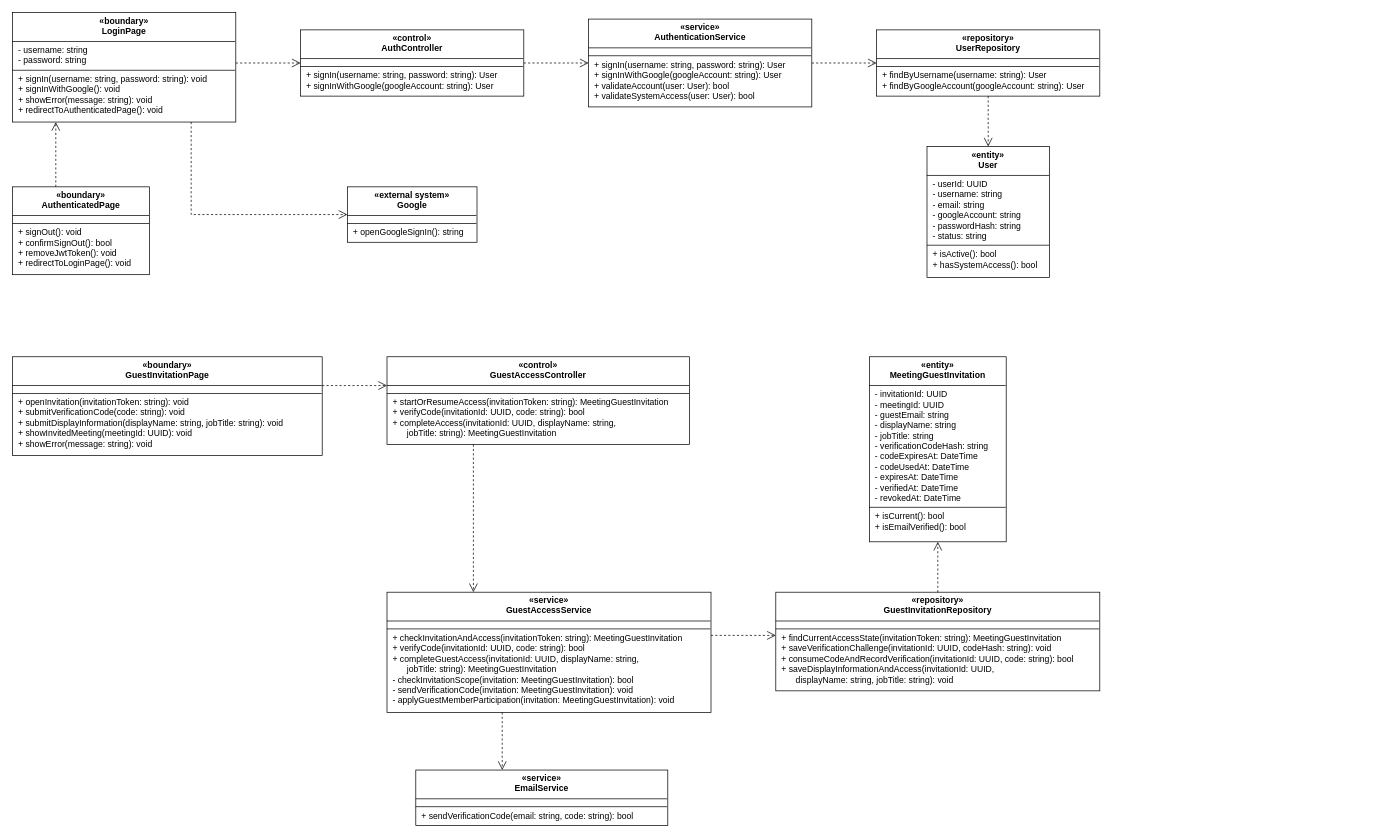
The draw.io diagram docs/07-classdiagram/feature-01-auth-class-diagram.drawio in callmehai/FU-FA26-G116, before the edit. Source tidied: cells renumbered, new cells numbered last; positions are measured from the earlier drawing's top-left corner, leaving out a move shared by most shapes. Both pictures are drawn from the tidied source at 72%, with x=0, y=0 at pixel (12, 12).
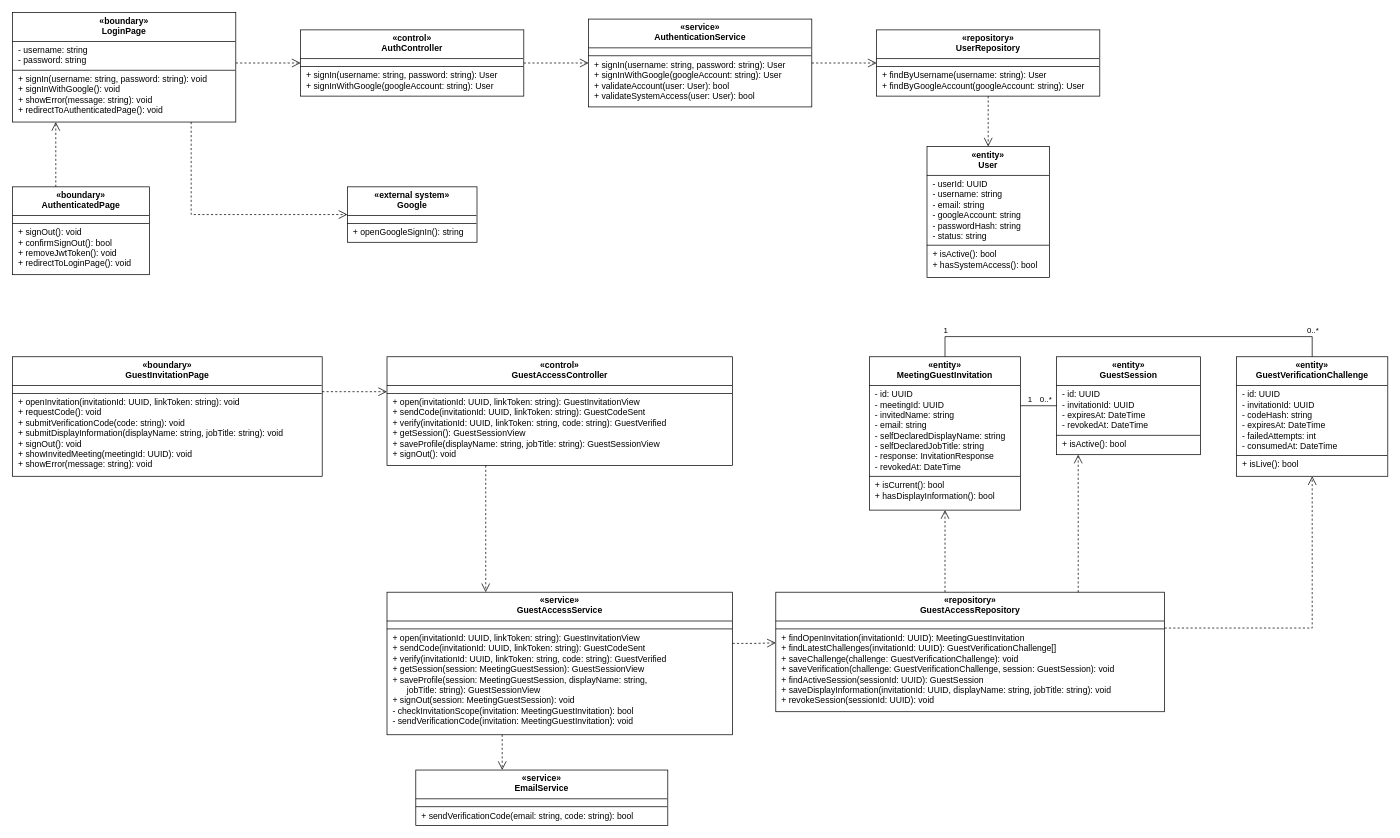
The same diagram, later.

The change refers to these unchanged cells:
```xml
<mxCell id="13" value="&lt;div style=&quot;text-align:center;font-weight:bold;padding:5px 4px 4px 4px;height:31px;&quot;&gt;«service»&lt;br&gt;EmailService&lt;/div&gt;&lt;hr style=&quot;margin:0;border:none;border-top:1px solid #000000;height:0;&quot;&gt;&lt;div style=&quot;text-align:left;padding:5px 8px 5px 8px;white-space:nowrap;&quot;&gt;&lt;/div&gt;&lt;hr style=&quot;margin:0;border:none;border-top:1px solid #000000;height:0;&quot;&gt;&lt;div style=&quot;text-align:left;padding:5px 8px 5px 8px;white-space:nowrap;&quot;&gt;+ sendVerificationCode(email: string, code: string): bool&lt;/div&gt;" style="rounded=0;whiteSpace=wrap;html=1;align=left;verticalAlign=top;spacing=0;overflow=fill;fillColor=#ffffff;strokeColor=#000000;fontSize=12;fontFamily=Helvetica;fontColor=#000000;" parent="1" vertex="1">
  <mxGeometry x="560" y="1052" width="350" height="77" as="geometry" />
</mxCell>
```

Diff of the diagram source:
```diff
@@
-    <mxCell id="9" value="&lt;div style=&quot;text-align:center;font-weight:bold;padding:5px 4px 4px 4px;height:31px;&quot;&gt;«boundary»&lt;br&gt;GuestInvitationPage&lt;/div&gt;&lt;hr style=&quot;margin:0;border:none;border-top:1px solid #000000;height:0;&quot;&gt;&lt;div style=&quot;text-align:left;padding:5px 8px 5px 8px;white-space:nowrap;&quot;&gt;&lt;/div&gt;&lt;hr style=&quot;margin:0;border:none;border-top:1px solid #000000;height:0;&quot;&gt;&lt;div style=&quot;text-align:left;padding:5px 8px 5px 8px;white-space:nowrap;&quot;&gt;+ openInvitation(invitationToken: string): void&lt;br&gt;+ submitVerificationCode(code: string): void&lt;br&gt;+ submitDisplayInformation(displayName: string, jobTitle: string): void&lt;br&gt;+ showInvitedMeeting(meetingId: UUID): void&lt;br&gt;+ showError(message: string): void&lt;/div&gt;" style="rounded=0;whiteSpace=wrap;html=1;align=left;verticalAlign=top;spacing=0;overflow=fill;fillColor=#ffffff;strokeColor=#000000;fontSize=12;fontFamily=Helvetica;fontColor=#000000;" parent="1" vertex="1">
-      <mxGeometry y="478" width="430" height="137" as="geometry" />
+    <mxCell id="9" value="&lt;div style=&quot;text-align:center;font-weight:bold;padding:5px 4px 4px 4px;height:31px;&quot;&gt;«boundary»&lt;br&gt;GuestInvitationPage&lt;/div&gt;&lt;hr style=&quot;margin:0;border:none;border-top:1px solid #000000;height:0;&quot;&gt;&lt;div style=&quot;text-align:left;padding:5px 8px 5px 8px;white-space:nowrap;&quot;&gt;&lt;/div&gt;&lt;hr style=&quot;margin:0;border:none;border-top:1px solid #000000;height:0;&quot;&gt;&lt;div style=&quot;text-align:left;padding:5px 8px 5px 8px;white-space:nowrap;&quot;&gt;+ openInvitation(invitationId: UUID, linkToken: string): void&lt;br&gt;+ requestCode(): void&lt;br&gt;+ submitVerificationCode(code: string): void&lt;br&gt;+ submitDisplayInformation(displayName: string, jobTitle: string): void&lt;br&gt;+ signOut(): void&lt;br&gt;+ showInvitedMeeting(meetingId: UUID): void&lt;br&gt;+ showError(message: string): void&lt;/div&gt;" style="rounded=0;whiteSpace=wrap;html=1;align=left;verticalAlign=top;spacing=0;overflow=fill;fillColor=#ffffff;strokeColor=#000000;fontSize=12;fontFamily=Helvetica;fontColor=#000000;" parent="1" vertex="1">
+      <mxGeometry y="478" width="430" height="166" as="geometry" />
     </mxCell>
-    <mxCell id="10" value="&lt;div style=&quot;text-align:center;font-weight:bold;padding:5px 4px 4px 4px;height:31px;&quot;&gt;«control»&lt;br&gt;GuestAccessController&lt;/div&gt;&lt;hr style=&quot;margin:0;border:none;border-top:1px solid #000000;height:0;&quot;&gt;&lt;div style=&quot;text-align:left;padding:5px 8px 5px 8px;white-space:nowrap;&quot;&gt;&lt;/div&gt;&lt;hr style=&quot;margin:0;border:none;border-top:1px solid #000000;height:0;&quot;&gt;&lt;div style=&quot;text-align:left;padding:5px 8px 5px 8px;white-space:nowrap;&quot;&gt;+ startOrResumeAccess(invitationToken: string): MeetingGuestInvitation&lt;br&gt;+ verifyCode(invitationId: UUID, code: string): bool&lt;br&gt;+ completeAccess(invitationId: UUID, displayName: string,&lt;br&gt;&amp;nbsp;&amp;nbsp;&amp;nbsp;&amp;nbsp;&amp;nbsp;&amp;nbsp;jobTitle: string): MeetingGuestInvitation&lt;/div&gt;" style="rounded=0;whiteSpace=wrap;html=1;align=left;verticalAlign=top;spacing=0;overflow=fill;fillColor=#ffffff;strokeColor=#000000;fontSize=12;fontFamily=Helvetica;fontColor=#000000;" parent="1" vertex="1">
-      <mxGeometry x="520" y="478" width="420" height="122" as="geometry" />
+    <mxCell id="10" value="&lt;div style=&quot;text-align:center;font-weight:bold;padding:5px 4px 4px 4px;height:31px;&quot;&gt;«control»&lt;br&gt;GuestAccessController&lt;/div&gt;&lt;hr style=&quot;margin:0;border:none;border-top:1px solid #000000;height:0;&quot;&gt;&lt;div style=&quot;text-align:left;padding:5px 8px 5px 8px;white-space:nowrap;&quot;&gt;&lt;/div&gt;&lt;hr style=&quot;margin:0;border:none;border-top:1px solid #000000;height:0;&quot;&gt;&lt;div style=&quot;text-align:left;padding:5px 8px 5px 8px;white-space:nowrap;&quot;&gt;+ open(invitationId: UUID, linkToken: string): GuestInvitationView&lt;br&gt;+ sendCode(invitationId: UUID, linkToken: string): GuestCodeSent&lt;br&gt;+ verify(invitationId: UUID, linkToken: string, code: string): GuestVerified&lt;br&gt;+ getSession(): GuestSessionView&lt;br&gt;+ saveProfile(displayName: string, jobTitle: string): GuestSessionView&lt;br&gt;+ signOut(): void&lt;/div&gt;" style="rounded=0;whiteSpace=wrap;html=1;align=left;verticalAlign=top;spacing=0;overflow=fill;fillColor=#ffffff;strokeColor=#000000;fontSize=12;fontFamily=Helvetica;fontColor=#000000;" parent="1" vertex="1">
+      <mxGeometry x="520" y="478" width="480" height="151" as="geometry" />
     </mxCell>
-    <mxCell id="11" value="&lt;div style=&quot;text-align:center;font-weight:bold;padding:5px 4px 4px 4px;height:31px;&quot;&gt;«service»&lt;br&gt;GuestAccessService&lt;/div&gt;&lt;hr style=&quot;margin:0;border:none;border-top:1px solid #000000;height:0;&quot;&gt;&lt;div style=&quot;text-align:left;padding:5px 8px 5px 8px;white-space:nowrap;&quot;&gt;&lt;/div&gt;&lt;hr style=&quot;margin:0;border:none;border-top:1px solid #000000;height:0;&quot;&gt;&lt;div style=&quot;text-align:left;padding:5px 8px 5px 8px;white-space:nowrap;&quot;&gt;+ checkInvitationAndAccess(invitationToken: string): MeetingGuestInvitation&lt;br&gt;+ verifyCode(invitationId: UUID, code: string): bool&lt;br&gt;+ completeGuestAccess(invitationId: UUID, displayName: string,&lt;br&gt;&amp;nbsp;&amp;nbsp;&amp;nbsp;&amp;nbsp;&amp;nbsp;&amp;nbsp;jobTitle: string): MeetingGuestInvitation&lt;br&gt;- checkInvitationScope(invitation: MeetingGuestInvitation): bool&lt;br&gt;- sendVerificationCode(invitation: MeetingGuestInvitation): void&lt;br&gt;- applyGuestMemberParticipation(invitation: MeetingGuestInvitation): void&lt;/div&gt;" style="rounded=0;whiteSpace=wrap;html=1;align=left;verticalAlign=top;spacing=0;overflow=fill;fillColor=#ffffff;strokeColor=#000000;fontSize=12;fontFamily=Helvetica;fontColor=#000000;" parent="1" vertex="1">
-      <mxGeometry x="520" y="805" width="450" height="167" as="geometry" />
+    <mxCell id="11" value="&lt;div style=&quot;text-align:center;font-weight:bold;padding:5px 4px 4px 4px;height:31px;&quot;&gt;«service»&lt;br&gt;GuestAccessService&lt;/div&gt;&lt;hr style=&quot;margin:0;border:none;border-top:1px solid #000000;height:0;&quot;&gt;&lt;div style=&quot;text-align:left;padding:5px 8px 5px 8px;white-space:nowrap;&quot;&gt;&lt;/div&gt;&lt;hr style=&quot;margin:0;border:none;border-top:1px solid #000000;height:0;&quot;&gt;&lt;div style=&quot;text-align:left;padding:5px 8px 5px 8px;white-space:nowrap;&quot;&gt;+ open(invitationId: UUID, linkToken: string): GuestInvitationView&lt;br&gt;+ sendCode(invitationId: UUID, linkToken: string): GuestCodeSent&lt;br&gt;+ verify(invitationId: UUID, linkToken: string, code: string): GuestVerified&lt;br&gt;+ getSession(session: MeetingGuestSession): GuestSessionView&lt;br&gt;+ saveProfile(session: MeetingGuestSession, displayName: string,&lt;br&gt;&amp;nbsp;&amp;nbsp;&amp;nbsp;&amp;nbsp;&amp;nbsp;&amp;nbsp;jobTitle: string): GuestSessionView&lt;br&gt;+ signOut(session: MeetingGuestSession): void&lt;br&gt;- checkInvitationScope(invitation: MeetingGuestInvitation): bool&lt;br&gt;- sendVerificationCode(invitation: MeetingGuestInvitation): void&lt;/div&gt;" style="rounded=0;whiteSpace=wrap;html=1;align=left;verticalAlign=top;spacing=0;overflow=fill;fillColor=#ffffff;strokeColor=#000000;fontSize=12;fontFamily=Helvetica;fontColor=#000000;" parent="1" vertex="1">
+      <mxGeometry x="520" y="805" width="480" height="198" as="geometry" />
     </mxCell>
-    <mxCell id="12" value="&lt;div style=&quot;text-align:center;font-weight:bold;padding:5px 4px 4px 4px;height:31px;&quot;&gt;«repository»&lt;br&gt;GuestInvitationRepository&lt;/div&gt;&lt;hr style=&quot;margin:0;border:none;border-top:1px solid #000000;height:0;&quot;&gt;&lt;div style=&quot;text-align:left;padding:5px 8px 5px 8px;white-space:nowrap;&quot;&gt;&lt;/div&gt;&lt;hr style=&quot;margin:0;border:none;border-top:1px solid #000000;height:0;&quot;&gt;&lt;div style=&quot;text-align:left;padding:5px 8px 5px 8px;white-space:nowrap;&quot;&gt;+ findCurrentAccessState(invitationToken: string): MeetingGuestInvitation&lt;br&gt;+ saveVerificationChallenge(invitationId: UUID, codeHash: string): void&lt;br&gt;+ consumeCodeAndRecordVerification(invitationId: UUID, code: string): bool&lt;br&gt;+ saveDisplayInformationAndAccess(invitationId: UUID,&lt;br&gt;&amp;nbsp;&amp;nbsp;&amp;nbsp;&amp;nbsp;&amp;nbsp;&amp;nbsp;displayName: string, jobTitle: string): void&lt;/div&gt;" style="rounded=0;whiteSpace=wrap;html=1;align=left;verticalAlign=top;spacing=0;overflow=fill;fillColor=#ffffff;strokeColor=#000000;fontSize=12;fontFamily=Helvetica;fontColor=#000000;" parent="1" vertex="1">
-      <mxGeometry x="1060" y="805" width="450" height="137" as="geometry" />
+    <mxCell id="12" value="&lt;div style=&quot;text-align:center;font-weight:bold;padding:5px 4px 4px 4px;height:31px;&quot;&gt;«repository»&lt;br&gt;GuestAccessRepository&lt;/div&gt;&lt;hr style=&quot;margin:0;border:none;border-top:1px solid #000000;height:0;&quot;&gt;&lt;div style=&quot;text-align:left;padding:5px 8px 5px 8px;white-space:nowrap;&quot;&gt;&lt;/div&gt;&lt;hr style=&quot;margin:0;border:none;border-top:1px solid #000000;height:0;&quot;&gt;&lt;div style=&quot;text-align:left;padding:5px 8px 5px 8px;white-space:nowrap;&quot;&gt;+ findOpenInvitation(invitationId: UUID): MeetingGuestInvitation&lt;br&gt;+ findLatestChallenges(invitationId: UUID): GuestVerificationChallenge[]&lt;br&gt;+ saveChallenge(challenge: GuestVerificationChallenge): void&lt;br&gt;+ saveVerification(challenge: GuestVerificationChallenge, session: GuestSession): void&lt;br&gt;+ findActiveSession(sessionId: UUID): GuestSession&lt;br&gt;+ saveDisplayInformation(invitationId: UUID, displayName: string, jobTitle: string): void&lt;br&gt;+ revokeSession(sessionId: UUID): void&lt;/div&gt;" style="rounded=0;whiteSpace=wrap;html=1;align=left;verticalAlign=top;spacing=0;overflow=fill;fillColor=#ffffff;strokeColor=#000000;fontSize=12;fontFamily=Helvetica;fontColor=#000000;" parent="1" vertex="1">
+      <mxGeometry x="1060" y="805" width="540" height="166" as="geometry" />
     </mxCell>
@@
-    <mxCell id="14" value="&lt;div style=&quot;text-align:center;font-weight:bold;padding:5px 4px 4px 4px;height:31px;&quot;&gt;«entity»&lt;br&gt;MeetingGuestInvitation&lt;/div&gt;&lt;hr style=&quot;margin:0;border:none;border-top:1px solid #000000;height:0;&quot;&gt;&lt;div style=&quot;text-align:left;padding:5px 8px 5px 8px;white-space:nowrap;&quot;&gt;- invitationId: UUID&lt;br&gt;- meetingId: UUID&lt;br&gt;- guestEmail: string&lt;br&gt;- displayName: string&lt;br&gt;- jobTitle: string&lt;br&gt;- verificationCodeHash: string&lt;br&gt;- codeExpiresAt: DateTime&lt;br&gt;- codeUsedAt: DateTime&lt;br&gt;- expiresAt: DateTime&lt;br&gt;- verifiedAt: DateTime&lt;br&gt;- revokedAt: DateTime&lt;/div&gt;&lt;hr style=&quot;margin:0;border:none;border-top:1px solid #000000;height:0;&quot;&gt;&lt;div style=&quot;text-align:left;padding:5px 8px 5px 8px;white-space:nowrap;&quot;&gt;+ isCurrent(): bool&lt;br&gt;+ isEmailVerified(): bool&lt;/div&gt;" style="rounded=0;whiteSpace=wrap;html=1;align=left;verticalAlign=top;spacing=0;overflow=fill;fillColor=#ffffff;strokeColor=#000000;fontSize=12;fontFamily=Helvetica;fontColor=#000000;" parent="1" vertex="1">
-      <mxGeometry x="1190" y="478" width="190" height="257" as="geometry" />
+    <mxCell id="14" value="&lt;div style=&quot;text-align:center;font-weight:bold;padding:5px 4px 4px 4px;height:31px;&quot;&gt;«entity»&lt;br&gt;MeetingGuestInvitation&lt;/div&gt;&lt;hr style=&quot;margin:0;border:none;border-top:1px solid #000000;height:0;&quot;&gt;&lt;div style=&quot;text-align:left;padding:5px 8px 5px 8px;white-space:nowrap;&quot;&gt;- id: UUID&lt;br&gt;- meetingId: UUID&lt;br&gt;- invitedName: string&lt;br&gt;- email: string&lt;br&gt;- selfDeclaredDisplayName: string&lt;br&gt;- selfDeclaredJobTitle: string&lt;br&gt;- response: InvitationResponse&lt;br&gt;- revokedAt: DateTime&lt;/div&gt;&lt;hr style=&quot;margin:0;border:none;border-top:1px solid #000000;height:0;&quot;&gt;&lt;div style=&quot;text-align:left;padding:5px 8px 5px 8px;white-space:nowrap;&quot;&gt;+ isCurrent(): bool&lt;br&gt;+ hasDisplayInformation(): bool&lt;/div&gt;" style="rounded=0;whiteSpace=wrap;html=1;align=left;verticalAlign=top;spacing=0;overflow=fill;fillColor=#ffffff;strokeColor=#000000;fontSize=12;fontFamily=Helvetica;fontColor=#000000;" parent="1" vertex="1">
+      <mxGeometry x="1190" y="478" width="210" height="213" as="geometry" />
     </mxCell>
@@
-    <mxCell id="21" style="edgeStyle=orthogonalEdgeStyle;rounded=0;html=1;strokeColor=#000000;fontSize=11;fontFamily=Helvetica;labelBackgroundColor=#ffffff;dashed=1;endArrow=open;endFill=0;endSize=10;startArrow=none;exitX=1;exitY=0.292;exitDx=0;exitDy=0;entryX=0;entryY=0.3279;entryDx=0;entryDy=0;" parent="1" edge="1" source="9" target="10">
+    <mxCell id="21" style="edgeStyle=orthogonalEdgeStyle;rounded=0;html=1;strokeColor=#000000;fontSize=11;fontFamily=Helvetica;labelBackgroundColor=#ffffff;dashed=1;endArrow=open;endFill=0;endSize=10;startArrow=none;exitX=1;exitY=0.292;exitDx=0;exitDy=0;entryX=0;entryY=0.3215;entryDx=0;entryDy=0;" parent="1" edge="1" source="9" target="10">
       <mxGeometry relative="1" as="geometry" />
     </mxCell>
-    <mxCell id="22" style="edgeStyle=orthogonalEdgeStyle;rounded=0;html=1;strokeColor=#000000;fontSize=11;fontFamily=Helvetica;labelBackgroundColor=#ffffff;dashed=1;endArrow=open;endFill=0;endSize=10;startArrow=none;exitX=0.2857;exitY=1;exitDx=0;exitDy=0;entryX=0.2667;entryY=0;entryDx=0;entryDy=0;" parent="1" edge="1" source="10" target="11">
+    <mxCell id="22" style="edgeStyle=orthogonalEdgeStyle;rounded=0;html=1;strokeColor=#000000;fontSize=11;fontFamily=Helvetica;labelBackgroundColor=#ffffff;dashed=1;endArrow=open;endFill=0;endSize=10;startArrow=none;exitX=0.2857;exitY=1;exitDx=0;exitDy=0;entryX=0.2857;entryY=0;entryDx=0;entryDy=0;" parent="1" edge="1" source="10" target="11">
       <mxGeometry relative="1" as="geometry" />
     </mxCell>
-    <mxCell id="23" style="edgeStyle=orthogonalEdgeStyle;rounded=0;html=1;strokeColor=#000000;fontSize=11;fontFamily=Helvetica;labelBackgroundColor=#ffffff;dashed=1;endArrow=open;endFill=0;endSize=10;startArrow=none;exitX=1;exitY=0.3593;exitDx=0;exitDy=0;entryX=0;entryY=0.438;entryDx=0;entryDy=0;" parent="1" edge="1" source="11" target="12">
+    <mxCell id="23" style="edgeStyle=orthogonalEdgeStyle;rounded=0;html=1;strokeColor=#000000;fontSize=11;fontFamily=Helvetica;labelBackgroundColor=#ffffff;dashed=1;endArrow=open;endFill=0;endSize=10;startArrow=none;exitX=1;exitY=0.3593;exitDx=0;exitDy=0;entryX=0;entryY=0.424;entryDx=0;entryDy=0;" parent="1" edge="1" source="11" target="12">
       <mxGeometry relative="1" as="geometry" />
     </mxCell>
-    <mxCell id="24" style="edgeStyle=orthogonalEdgeStyle;rounded=0;html=1;strokeColor=#000000;fontSize=11;fontFamily=Helvetica;labelBackgroundColor=#ffffff;dashed=1;endArrow=open;endFill=0;endSize=10;startArrow=none;exitX=0.3556;exitY=1;exitDx=0;exitDy=0;entryX=0.3429;entryY=0;entryDx=0;entryDy=0;" parent="1" edge="1" source="11" target="13">
+    <mxCell id="24" style="edgeStyle=orthogonalEdgeStyle;rounded=0;html=1;strokeColor=#000000;fontSize=11;fontFamily=Helvetica;labelBackgroundColor=#ffffff;dashed=1;endArrow=open;endFill=0;endSize=10;startArrow=none;exitX=0.3333;exitY=1;exitDx=0;exitDy=0;entryX=0.3429;entryY=0;entryDx=0;entryDy=0;" parent="1" edge="1" source="11" target="13">
       <mxGeometry relative="1" as="geometry" />
     </mxCell>
-    <mxCell id="25" style="edgeStyle=orthogonalEdgeStyle;rounded=0;html=1;strokeColor=#000000;fontSize=11;fontFamily=Helvetica;labelBackgroundColor=#ffffff;dashed=1;endArrow=open;endFill=0;endSize=10;startArrow=none;exitX=0.5;exitY=0;exitDx=0;exitDy=0;entryX=0.5;entryY=1;entryDx=0;entryDy=0;" parent="1" edge="1" source="12" target="14">
+    <mxCell id="25" style="edgeStyle=orthogonalEdgeStyle;rounded=0;html=1;strokeColor=#000000;fontSize=11;fontFamily=Helvetica;labelBackgroundColor=#ffffff;dashed=1;endArrow=open;endFill=0;endSize=10;startArrow=none;exitX=0.4352;exitY=0;exitDx=0;exitDy=0;entryX=0.5;entryY=1;entryDx=0;entryDy=0;" parent="1" edge="1" source="12" target="14">
       <mxGeometry relative="1" as="geometry" />
     </mxCell>
+    <mxCell id="26" value="&lt;div style=&quot;text-align:center;font-weight:bold;padding:5px 4px 4px 4px;height:31px;&quot;&gt;«entity»&lt;br&gt;GuestSession&lt;/div&gt;&lt;hr style=&quot;margin:0;border:none;border-top:1px solid #000000;height:0;&quot;&gt;&lt;div style=&quot;text-align:left;padding:5px 8px 5px 8px;white-space:nowrap;&quot;&gt;- id: UUID&lt;br&gt;- invitationId: UUID&lt;br&gt;- expiresAt: DateTime&lt;br&gt;- revokedAt: DateTime&lt;/div&gt;&lt;hr style=&quot;margin:0;border:none;border-top:1px solid #000000;height:0;&quot;&gt;&lt;div style=&quot;text-align:left;padding:5px 8px 5px 8px;white-space:nowrap;&quot;&gt;+ isActive(): bool&lt;/div&gt;" style="rounded=0;whiteSpace=wrap;html=1;align=left;verticalAlign=top;spacing=0;overflow=fill;fillColor=#ffffff;strokeColor=#000000;fontSize=12;fontFamily=Helvetica;fontColor=#000000;" parent="1" vertex="1">
+      <mxGeometry x="1450" y="478" width="200" height="136" as="geometry" />
+    </mxCell>
+    <mxCell id="27" value="&lt;div style=&quot;text-align:center;font-weight:bold;padding:5px 4px 4px 4px;height:31px;&quot;&gt;«entity»&lt;br&gt;GuestVerificationChallenge&lt;/div&gt;&lt;hr style=&quot;margin:0;border:none;border-top:1px solid #000000;height:0;&quot;&gt;&lt;div style=&quot;text-align:left;padding:5px 8px 5px 8px;white-space:nowrap;&quot;&gt;- id: UUID&lt;br&gt;- invitationId: UUID&lt;br&gt;- codeHash: string&lt;br&gt;- expiresAt: DateTime&lt;br&gt;- failedAttempts: int&lt;br&gt;- consumedAt: DateTime&lt;/div&gt;&lt;hr style=&quot;margin:0;border:none;border-top:1px solid #000000;height:0;&quot;&gt;&lt;div style=&quot;text-align:left;padding:5px 8px 5px 8px;white-space:nowrap;&quot;&gt;+ isLive(): bool&lt;/div&gt;" style="rounded=0;whiteSpace=wrap;html=1;align=left;verticalAlign=top;spacing=0;overflow=fill;fillColor=#ffffff;strokeColor=#000000;fontSize=12;fontFamily=Helvetica;fontColor=#000000;" parent="1" vertex="1">
+      <mxGeometry x="1700" y="478" width="210" height="166" as="geometry" />
+    </mxCell>
+    <mxCell id="28" style="edgeStyle=orthogonalEdgeStyle;rounded=0;html=1;strokeColor=#000000;fontSize=11;fontFamily=Helvetica;labelBackgroundColor=#ffffff;endArrow=none;startArrow=none;exitX=1;exitY=0.3192;exitDx=0;exitDy=0;entryX=0;entryY=0.5;entryDx=0;entryDy=0;" parent="1" edge="1" source="14" target="26">
+      <mxGeometry relative="1" as="geometry" />
+    </mxCell>
+    <mxCell id="29" value="1" style="edgeLabel;html=1;align=center;verticalAlign=bottom;fontSize=11;fontFamily=Helvetica;labelBackgroundColor=#ffffff;" parent="28" vertex="1">
+      <mxGeometry x="-0.5" relative="1" as="geometry" />
+    </mxCell>
+    <mxCell id="30" value="0..*" style="edgeLabel;html=1;align=center;verticalAlign=bottom;fontSize=11;fontFamily=Helvetica;labelBackgroundColor=#ffffff;" parent="28" vertex="1">
+      <mxGeometry x="0.4" relative="1" as="geometry" />
+    </mxCell>
+    <mxCell id="31" style="edgeStyle=orthogonalEdgeStyle;rounded=0;html=1;strokeColor=#000000;fontSize=11;fontFamily=Helvetica;labelBackgroundColor=#ffffff;endArrow=none;startArrow=none;exitX=0.5;exitY=0;exitDx=0;exitDy=0;entryX=0.5;entryY=0;entryDx=0;entryDy=0;" parent="1" edge="1" source="14" target="27">
+      <mxGeometry relative="1" as="geometry">
+        <Array as="points">
+          <mxPoint x="1295" y="450" />
+          <mxPoint x="1805" y="450" />
+        </Array>
+      </mxGeometry>
+    </mxCell>
+    <mxCell id="32" value="1" style="edgeLabel;html=1;align=center;verticalAlign=bottom;fontSize=11;fontFamily=Helvetica;labelBackgroundColor=#ffffff;" parent="31" vertex="1">
+      <mxGeometry x="-0.9" relative="1" as="geometry" />
+    </mxCell>
+    <mxCell id="33" value="0..*" style="edgeLabel;html=1;align=center;verticalAlign=bottom;fontSize=11;fontFamily=Helvetica;labelBackgroundColor=#ffffff;" parent="31" vertex="1">
+      <mxGeometry x="0.9" relative="1" as="geometry" />
+    </mxCell>
+    <mxCell id="34" style="edgeStyle=orthogonalEdgeStyle;rounded=0;html=1;strokeColor=#000000;fontSize=11;fontFamily=Helvetica;labelBackgroundColor=#ffffff;dashed=1;endArrow=open;endFill=0;endSize=10;startArrow=none;exitX=0.7778;exitY=0;exitDx=0;exitDy=0;entryX=0.15;entryY=1;entryDx=0;entryDy=0;" parent="1" edge="1" source="12" target="26">
+      <mxGeometry relative="1" as="geometry" />
+    </mxCell>
+    <mxCell id="35" style="edgeStyle=orthogonalEdgeStyle;rounded=0;html=1;strokeColor=#000000;fontSize=11;fontFamily=Helvetica;labelBackgroundColor=#ffffff;dashed=1;endArrow=open;endFill=0;endSize=10;startArrow=none;exitX=1;exitY=0.3;exitDx=0;exitDy=0;entryX=0.5;entryY=1;entryDx=0;entryDy=0;" parent="1" edge="1" source="12" target="27">
+      <mxGeometry relative="1" as="geometry" />
+    </mxCell>
```
